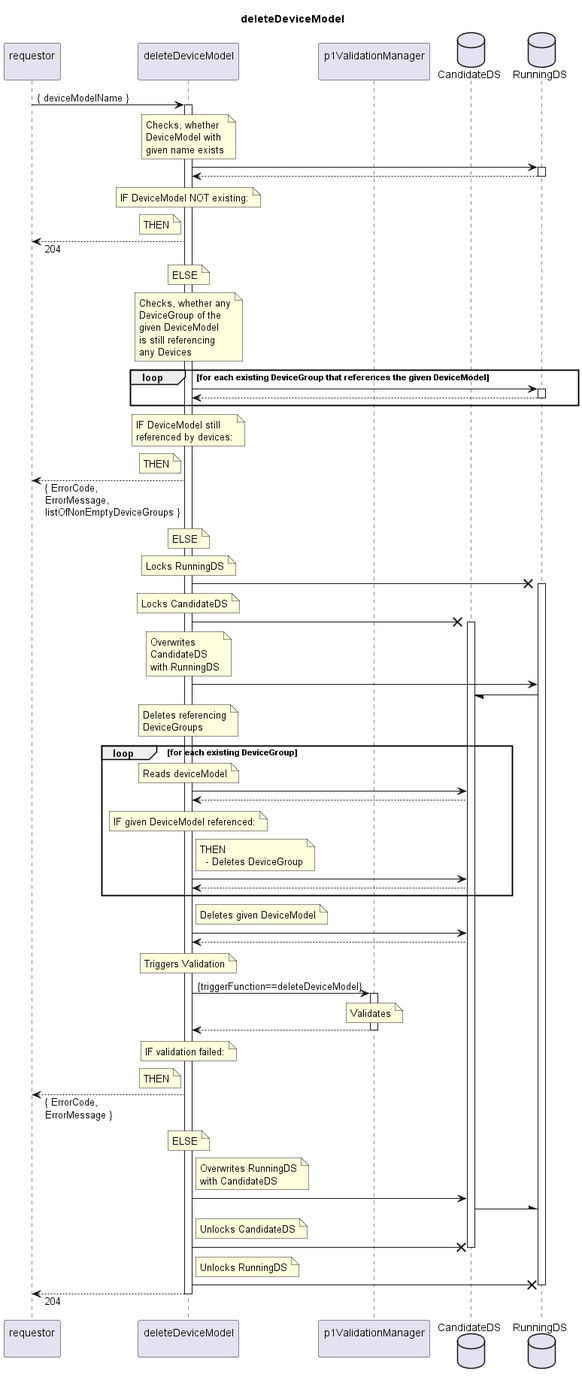
Earlier version of the PlantUML export spec/Services/deleteDeviceModel/1.0.0/deleteDeviceModel.png (openBackhaul/FirmWareManager).
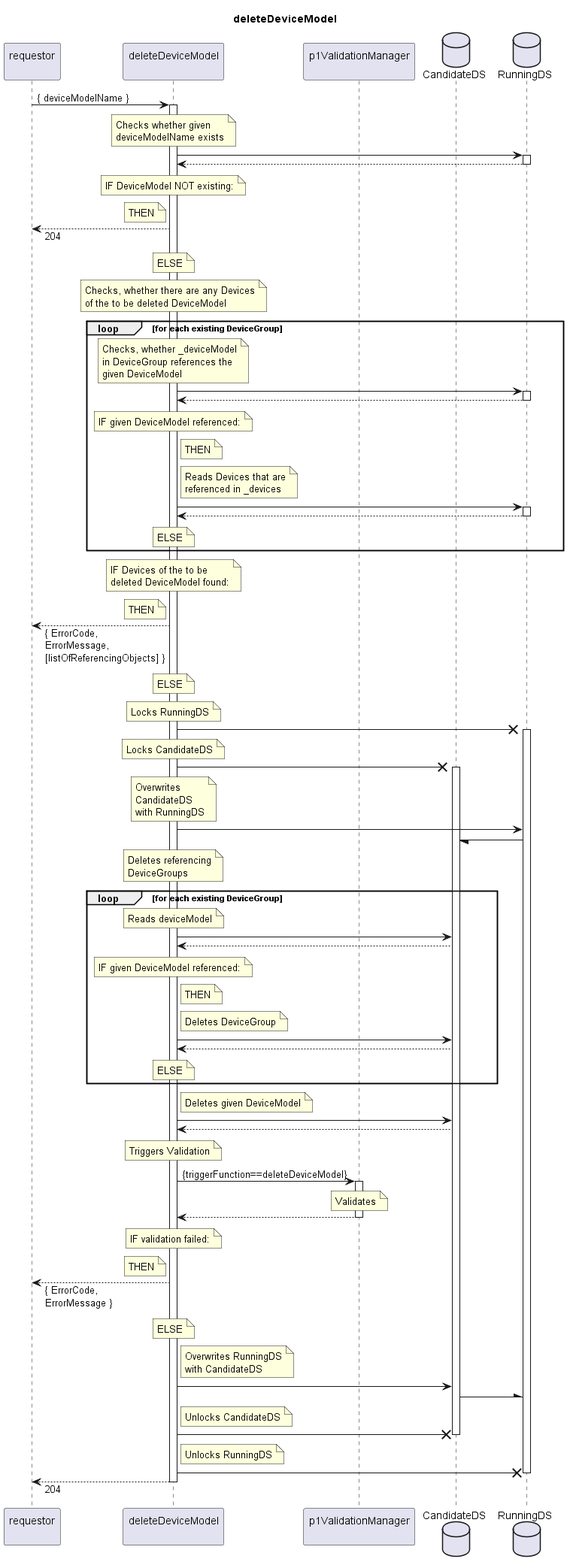
After the change.

Diff of the diagram source:
```diff
@@ -15,9 +15,8 @@
 activate delDevMod
 
   note over delDevMod
-    Checks, whether
-    DeviceModel with
-    given name exists
+    Checks whether given
+    deviceModelName exists
   end note
   delDevMod -> RunDS
   activate RunDS
@@ -35,26 +34,45 @@
   end note
 
   note over delDevMod
-    Checks, whether any
-    DeviceGroup of the
-    given DeviceModel
-    is still referencing
-    any Devices
+    Checks, whether there are any Devices
+    of the to be deleted DeviceModel
   end note
-  loop for each existing DeviceGroup that references the given DeviceModel
+  loop for each existing DeviceGroup
+    note over delDevMod
+      Checks, whether _deviceModel
+      in DeviceGroup references the
+      given DeviceModel
+    end note
     delDevMod -> RunDS
     activate RunDS
     delDevMod <-- RunDS
     deactivate RunDS
+    note over delDevMod
+      IF given DeviceModel referenced:
+    end note
+    note right delDevMod
+      THEN
+    end note
+      note right delDevMod
+        Reads Devices that are
+        referenced in _devices
+      end note
+      delDevMod -> RunDS
+      activate RunDS
+      delDevMod <-- RunDS
+      deactivate RunDS
+    note over delDevMod
+      ELSE
+    end note
   end loop
   note over delDevMod
-    IF DeviceModel still
-    referenced by devices:
+    IF Devices of the to be
+    deleted DeviceModel found:
   end note
   note left delDevMod
     THEN
   end note
-  requestor <-- delDevMod: { ErrorCode,\nErrorMessage,\nlistOfNonEmptyDeviceGroups }
+  requestor <-- delDevMod: { ErrorCode,\nErrorMessage,\n[listOfReferencingObjects] }
   note over delDevMod
     ELSE
   end note
@@ -92,10 +110,15 @@
     end note
     note right delDevMod
       THEN
-        - Deletes DeviceGroup
+    end note
+    note right delDevMod
+      Deletes DeviceGroup
     end note
     delDevMod -> CanDS
     delDevMod <-- CanDS
+    note over delDevMod
+      ELSE
+    end note
   end loop
 
   note right delDevMod
```
